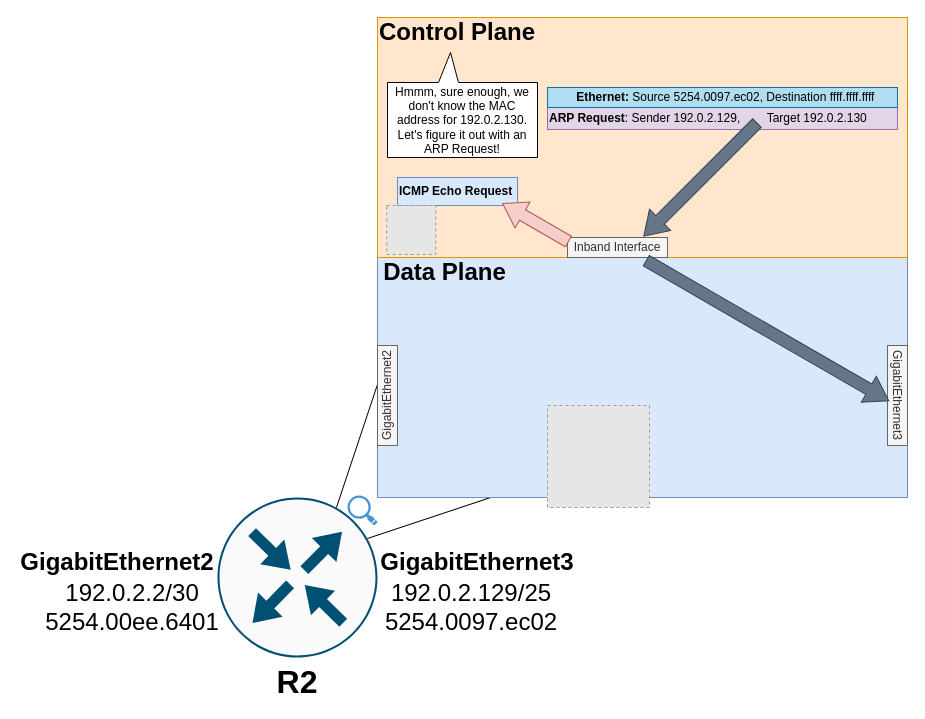
The draw.io diagram images/2022/understanding-arp-glean/1_r2_cp_receive_arp_glean.drawio in ChristopherJHart/ChristopherJHart.github.io, before the edit. Source tidied: cells renumbered, new cells numbered last; positions are measured from the earlier drawing's top-left corner, leaving out a move shared by most shapes. Both pictures are drawn from the tidied source at 100%, with x=0, y=0 at pixel (17, 17). Pictures stored in the file or linked from it are replaced by grey dashed boxes.
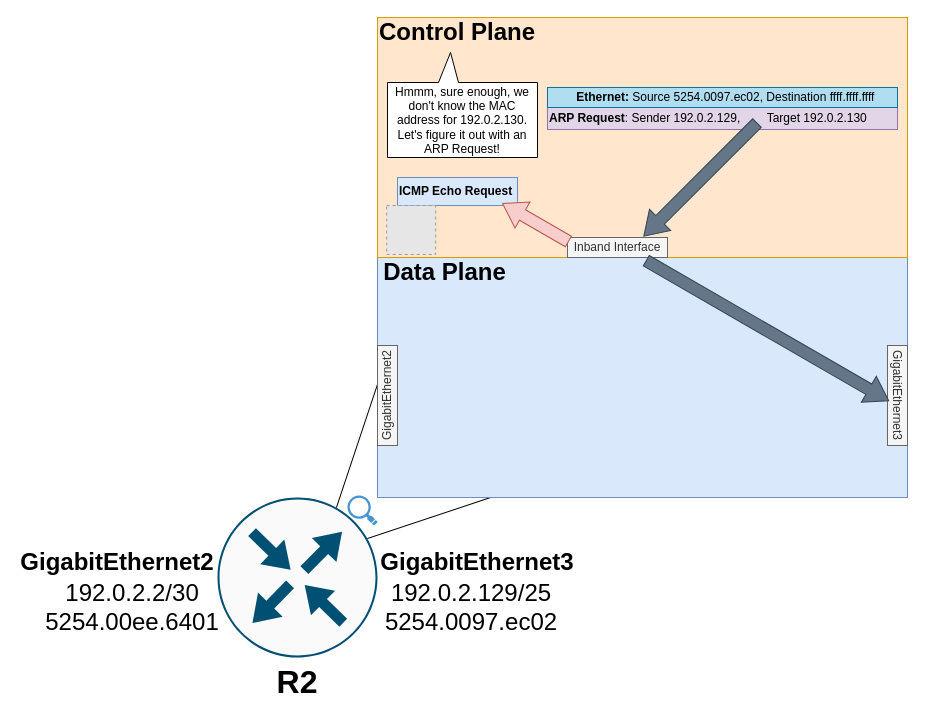
The same diagram, later.

Commit message (it also covers changes not shown here):
Remove random punt icon

Change to the diagram source:
```diff
@@
-    <mxCell id="16" style="fillColor=#E6E6E6;strokeColor=#999999;dashed=1;verticalLabelPosition=bottom;labelBackgroundColor=default;verticalAlign=top;" parent="1" vertex="1">
-      <mxGeometry x="530" y="388" width="102" height="102" as="geometry" />
-    </mxCell>
```
